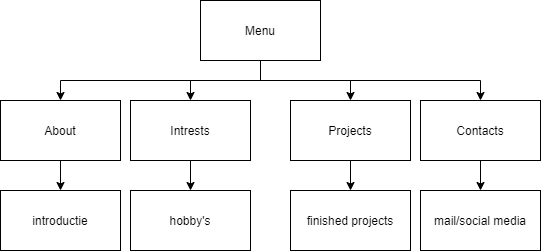
Above: 01-Challenge/Taak02-Ontwerpen/student-boomstructuur.drawio.png in TimSnijders553/Challenge-Portfolio (draw.io), before the change. Source tidied: cells renumbered, new cells last; positions are measured from the earlier drawing's top-left corner, leaving out a move shared by most shapes. Source of this version:
```xml
<mxGraphModel>
  <root>
    <mxCell id="0" />
    <mxCell id="1" parent="0" />
    <mxCell id="2" style="edgeStyle=orthogonalEdgeStyle;rounded=0;jettySize=auto;html=1;" parent="1" edge="1" source="6">
      <mxGeometry relative="1" as="geometry">
        <mxPoint x="60" y="100" as="targetPoint" />
        <Array as="points">
          <mxPoint x="260" y="80" />
          <mxPoint x="60" y="80" />
        </Array>
      </mxGeometry>
    </mxCell>
    <mxCell id="3" style="edgeStyle=orthogonalEdgeStyle;rounded=0;jettySize=auto;html=1;entryX=0.5;entryY=0;entryDx=0;entryDy=0;" parent="1" edge="1" source="6" target="8">
      <mxGeometry relative="1" as="geometry" />
    </mxCell>
    <mxCell id="4" style="edgeStyle=orthogonalEdgeStyle;rounded=0;jettySize=auto;html=1;entryX=0.5;entryY=0;entryDx=0;entryDy=0;" parent="1" edge="1" source="6" target="10">
      <mxGeometry relative="1" as="geometry" />
    </mxCell>
    <mxCell id="5" style="edgeStyle=orthogonalEdgeStyle;rounded=0;jettySize=auto;html=1;entryX=0.5;entryY=0;entryDx=0;entryDy=0;" parent="1" edge="1" source="6" target="12">
      <mxGeometry relative="1" as="geometry">
        <Array as="points">
          <mxPoint x="260" y="80" />
          <mxPoint x="480" y="80" />
        </Array>
      </mxGeometry>
    </mxCell>
    <mxCell id="6" value="Menu&lt;br&gt;" style="rounded=0;whiteSpace=wrap;html=1;align=center;" parent="1" vertex="1">
      <mxGeometry x="200" width="120" height="60" as="geometry" />
    </mxCell>
    <mxCell id="7" style="edgeStyle=orthogonalEdgeStyle;rounded=0;jettySize=auto;html=1;entryX=0.5;entryY=0;entryDx=0;entryDy=0;" parent="1" edge="1" source="8" target="16">
      <mxGeometry relative="1" as="geometry" />
    </mxCell>
    <mxCell id="8" value="Intrests" style="rounded=0;whiteSpace=wrap;html=1;align=center;" parent="1" vertex="1">
      <mxGeometry x="130" y="100" width="120" height="60" as="geometry" />
    </mxCell>
    <mxCell id="9" style="edgeStyle=orthogonalEdgeStyle;rounded=0;jettySize=auto;html=1;" parent="1" edge="1" source="10">
      <mxGeometry relative="1" as="geometry">
        <mxPoint x="350" y="190" as="targetPoint" />
      </mxGeometry>
    </mxCell>
    <mxCell id="10" value="Projects&lt;br&gt;" style="rounded=0;whiteSpace=wrap;html=1;align=center;" parent="1" vertex="1">
      <mxGeometry x="290" y="100" width="120" height="60" as="geometry" />
    </mxCell>
    <mxCell id="11" style="edgeStyle=orthogonalEdgeStyle;rounded=0;jettySize=auto;html=1;" parent="1" edge="1" source="12">
      <mxGeometry relative="1" as="geometry">
        <mxPoint x="480" y="190" as="targetPoint" />
      </mxGeometry>
    </mxCell>
    <mxCell id="12" value="Contacts&lt;br&gt;" style="rounded=0;whiteSpace=wrap;html=1;align=center;" parent="1" vertex="1">
      <mxGeometry x="420" y="100" width="120" height="60" as="geometry" />
    </mxCell>
    <mxCell id="13" style="edgeStyle=orthogonalEdgeStyle;rounded=0;jettySize=auto;html=1;" parent="1" edge="1" source="14">
      <mxGeometry relative="1" as="geometry">
        <mxPoint x="60" y="190" as="targetPoint" />
      </mxGeometry>
    </mxCell>
    <mxCell id="14" value="About&lt;br&gt;" style="rounded=0;whiteSpace=wrap;html=1;" parent="1" vertex="1">
      <mxGeometry y="100" width="120" height="60" as="geometry" />
    </mxCell>
    <mxCell id="15" value="introductie" style="rounded=0;whiteSpace=wrap;html=1;" parent="1" vertex="1">
      <mxGeometry y="190" width="120" height="60" as="geometry" />
    </mxCell>
    <mxCell id="16" value="hobby's" style="rounded=0;whiteSpace=wrap;html=1;" parent="1" vertex="1">
      <mxGeometry x="130" y="190" width="120" height="60" as="geometry" />
    </mxCell>
    <mxCell id="17" value="finished projects" style="rounded=0;whiteSpace=wrap;html=1;" parent="1" vertex="1">
      <mxGeometry x="290" y="190" width="120" height="60" as="geometry" />
    </mxCell>
    <mxCell id="18" value="mail/social media" style="rounded=0;whiteSpace=wrap;html=1;" parent="1" vertex="1">
      <mxGeometry x="420" y="190" width="120" height="60" as="geometry" />
    </mxCell>
  </root>
</mxGraphModel>
```
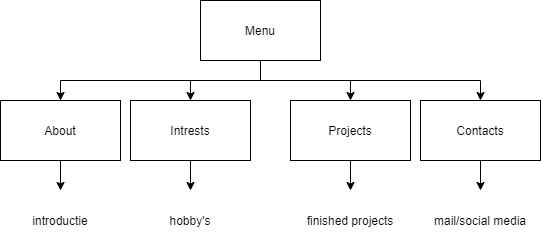
Later version of the same file.

Diff of the diagram source:
```diff
@@ -58,16 +58,16 @@
     <mxCell id="14" value="About&lt;br&gt;" style="rounded=0;whiteSpace=wrap;html=1;" parent="1" vertex="1">
       <mxGeometry y="100" width="120" height="60" as="geometry" />
     </mxCell>
-    <mxCell id="15" value="introductie" style="rounded=0;whiteSpace=wrap;html=1;" parent="1" vertex="1">
+    <mxCell id="15" value="introductie" style="rounded=0;whiteSpace=wrap;html=1;strokeColor=none;" parent="1" vertex="1">
       <mxGeometry y="190" width="120" height="60" as="geometry" />
     </mxCell>
-    <mxCell id="16" value="hobby's" style="rounded=0;whiteSpace=wrap;html=1;" parent="1" vertex="1">
+    <mxCell id="16" value="hobby's" style="rounded=0;whiteSpace=wrap;html=1;strokeColor=none;" parent="1" vertex="1">
       <mxGeometry x="130" y="190" width="120" height="60" as="geometry" />
     </mxCell>
-    <mxCell id="17" value="finished projects" style="rounded=0;whiteSpace=wrap;html=1;" parent="1" vertex="1">
+    <mxCell id="17" value="finished projects" style="rounded=0;whiteSpace=wrap;html=1;strokeColor=none;" parent="1" vertex="1">
       <mxGeometry x="290" y="190" width="120" height="60" as="geometry" />
     </mxCell>
-    <mxCell id="18" value="mail/social media" style="rounded=0;whiteSpace=wrap;html=1;" parent="1" vertex="1">
+    <mxCell id="18" value="mail/social media" style="rounded=0;whiteSpace=wrap;html=1;strokeColor=none;" parent="1" vertex="1">
       <mxGeometry x="420" y="190" width="120" height="60" as="geometry" />
     </mxCell>
   </root>
```
